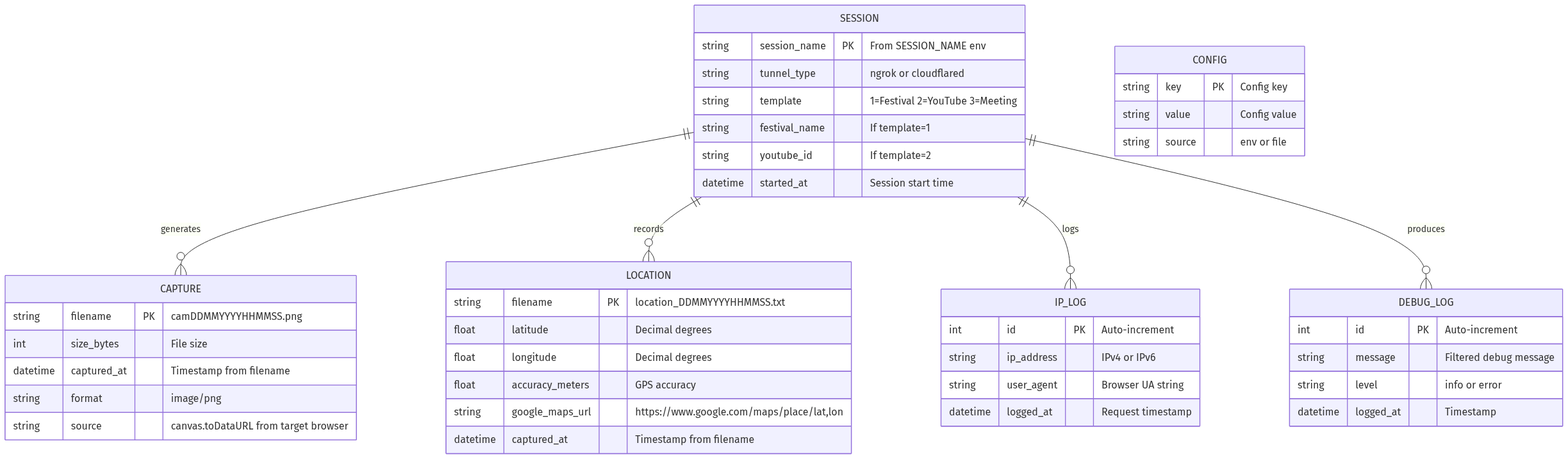
Earlier version of the Mermaid export docs/diagrams/data-model.png (yashodhank/CamPhish). Its source is kept beside it as docs/diagrams/data-model.mmd.
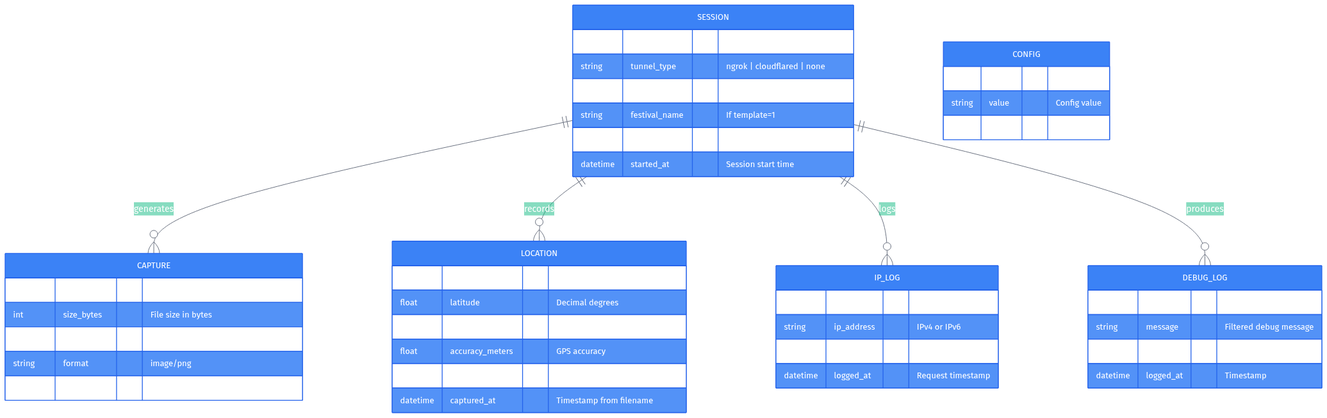
The same file after the commit.

The edit, as a diff of the source:
```diff
@@ -1,3 +1,4 @@
+%%{init: {'theme': 'base', 'themeVariables': {'primaryColor': '#3b82f6','primaryTextColor': '#ffffff','primaryBorderColor': '#2563eb','lineColor': '#6b7280','secondaryColor': '#f59e0b','tertiaryColor': '#10b981','fontSize': '13px'}}}%%
 erDiagram
   SESSION ||--o{ CAPTURE : "generates"
   SESSION ||--o{ LOCATION : "records"
@@ -6,7 +7,7 @@
 
   SESSION {
     string session_name PK "From SESSION_NAME env"
-    string tunnel_type "ngrok or cloudflared"
+    string tunnel_type "ngrok | cloudflared | none"
     string template "1=Festival 2=YouTube 3=Meeting"
     string festival_name "If template=1"
     string youtube_id "If template=2"
@@ -15,7 +16,7 @@
 
   CAPTURE {
     string filename PK "camDDMMYYYYHHMMSS.png"
-    int size_bytes "File size"
+    int size_bytes "File size in bytes"
     datetime captured_at "Timestamp from filename"
     string format "image/png"
     string source "canvas.toDataURL from target browser"
@@ -26,7 +27,7 @@
     float latitude "Decimal degrees"
     float longitude "Decimal degrees"
     float accuracy_meters "GPS accuracy"
-    string google_maps_url "https://www.google.com/maps/place/lat,lon"
+    string google_maps_url "Google Maps link"
     datetime captured_at "Timestamp from filename"
   }
 
@@ -40,12 +41,12 @@
   DEBUG_LOG {
     int id PK "Auto-increment"
     string message "Filtered debug message"
-    string level "info or error"
+    string level "info | error"
     datetime logged_at "Timestamp"
   }
 
   CONFIG {
     string key PK "Config key"
     string value "Config value"
-    string source "env or file"
+    string source "env | file"
   }
```
